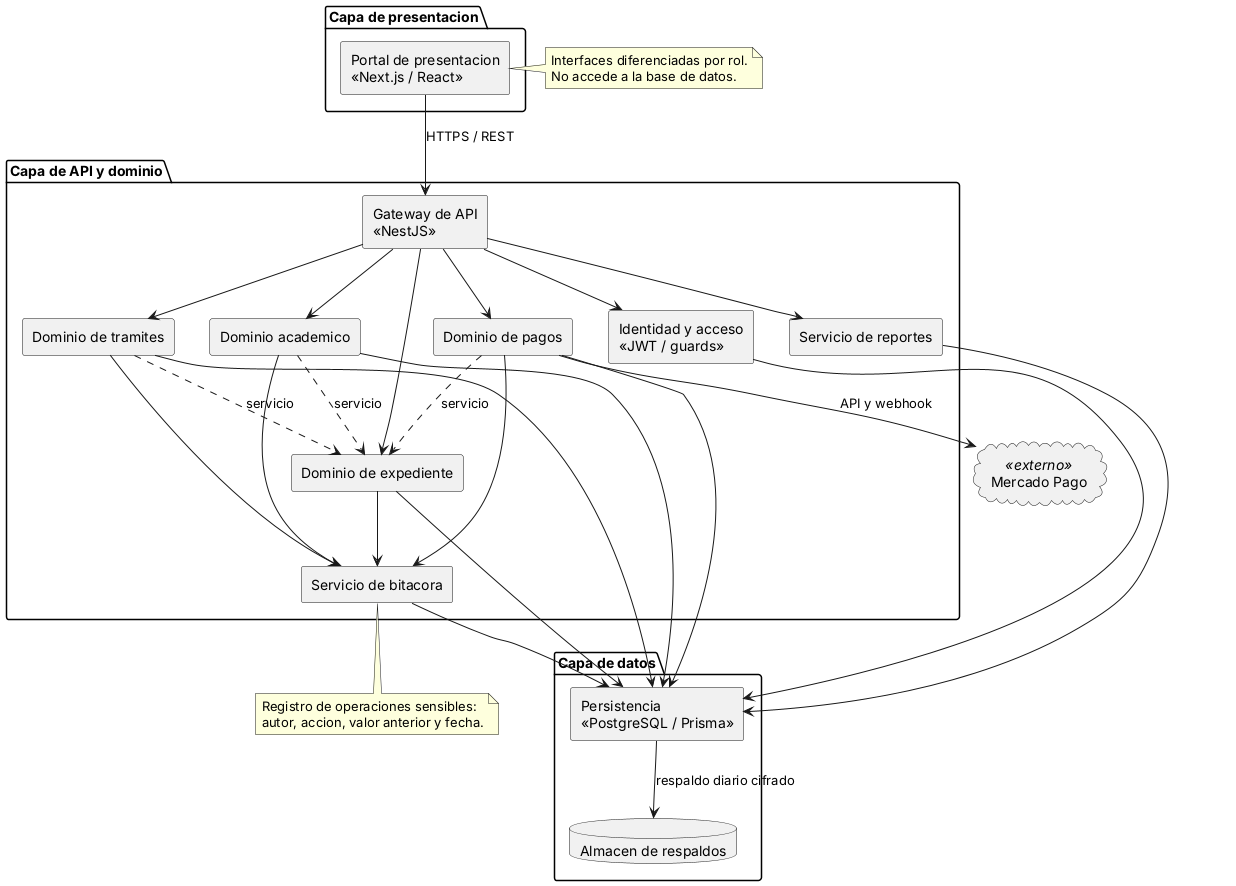
This is docs/arquitectura/render/fig02-componentes.png from fjmp-dev/sce-control-escolar, a PlantUML export, as it was before one commit. The source it was exported from:
```plantuml
@startuml fig02-componentes
skinparam shadowing false
skinparam componentStyle rectangle

package "Capa de presentacion" {
  [Portal de presentacion\n<<Next.js / React>>] as PORTAL
}

package "Capa de API y dominio" {
  [Gateway de API\n<<NestJS>>] as GW
  [Identidad y acceso\n<<JWT / guards>>] as IAM
  [Dominio de expediente] as DEXP
  [Dominio academico] as DACA
  [Dominio de pagos] as DPAG
  [Dominio de tramites] as DTRA
  [Servicio de bitacora] as SBIT
  [Servicio de reportes] as SREP
}

package "Capa de datos" {
  [Persistencia\n<<PostgreSQL / Prisma>>] as PERS
  database "Almacen de respaldos" as BKP
}

cloud "Mercado Pago" as MP <<externo>>

PORTAL --> GW : HTTPS / REST
GW --> IAM
GW --> DEXP
GW --> DACA
GW --> DPAG
GW --> DTRA
GW --> SREP

DEXP --> SBIT
DACA --> SBIT
DPAG --> SBIT
DTRA --> SBIT

DEXP --> PERS
DACA --> PERS
DPAG --> PERS
DTRA --> PERS
SBIT --> PERS
SREP --> PERS
IAM --> PERS

DPAG --> MP : API y webhook
PERS --> BKP : respaldo diario cifrado

DACA ..> DEXP : servicio
DPAG ..> DEXP : servicio
DTRA ..> DEXP : servicio

note right of PORTAL
  Interfaces diferenciadas por rol.
  No accede a la base de datos.
end note

note bottom of SBIT
  Registro de operaciones sensibles:
  autor, accion, valor anterior y fecha.
end note

@enduml
```
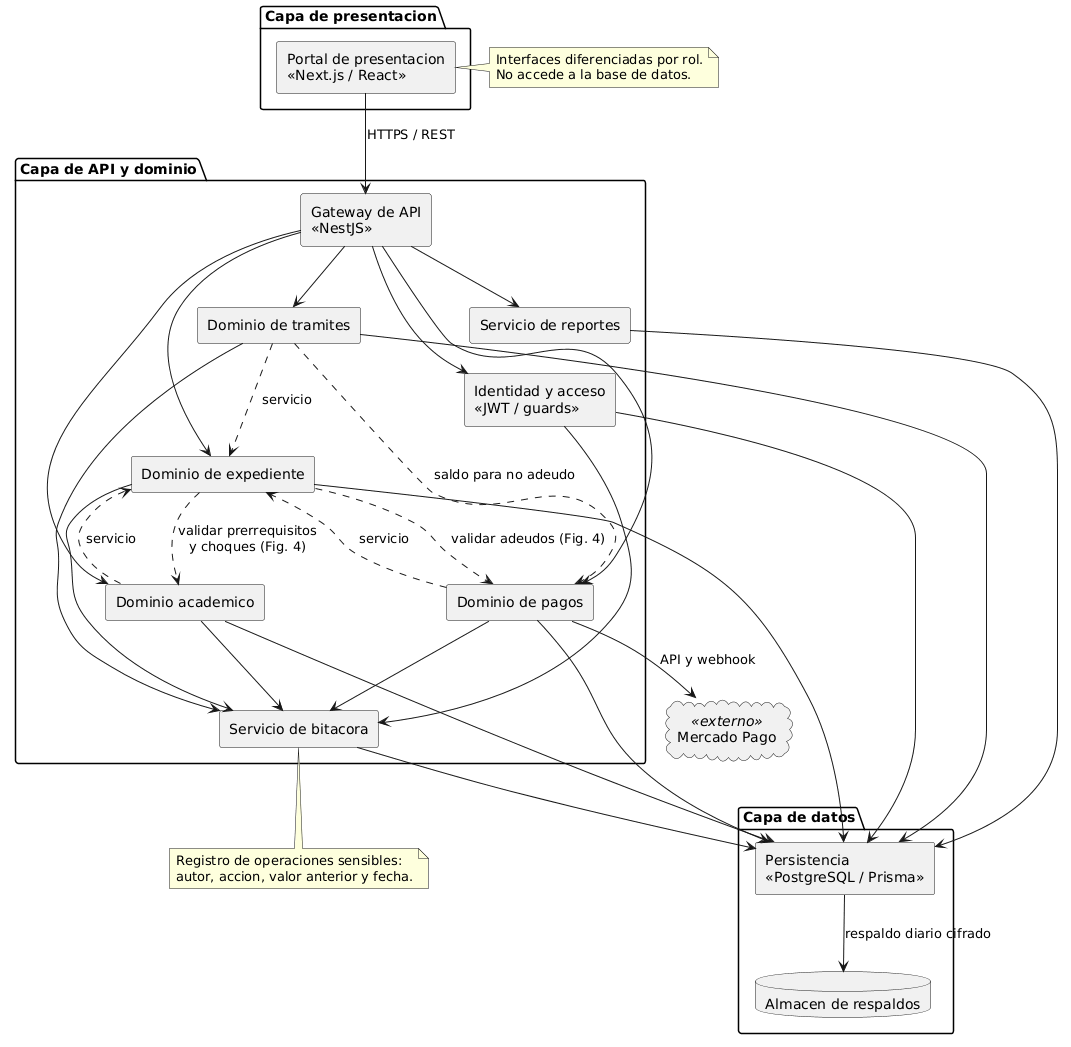
Above is the later version.

What changed in the source:
```diff
@@ -52,6 +52,11 @@
 DPAG ..> DEXP : servicio
 DTRA ..> DEXP : servicio
 
+DEXP ..> DACA : validar prerrequisitos\ny choques (Fig. 4)
+DEXP ..> DPAG : validar adeudos (Fig. 4)
+DTRA ..> DPAG : saldo para no adeudo
+IAM --> SBIT
+
 note right of PORTAL
   Interfaces diferenciadas por rol.
   No accede a la base de datos.
```
